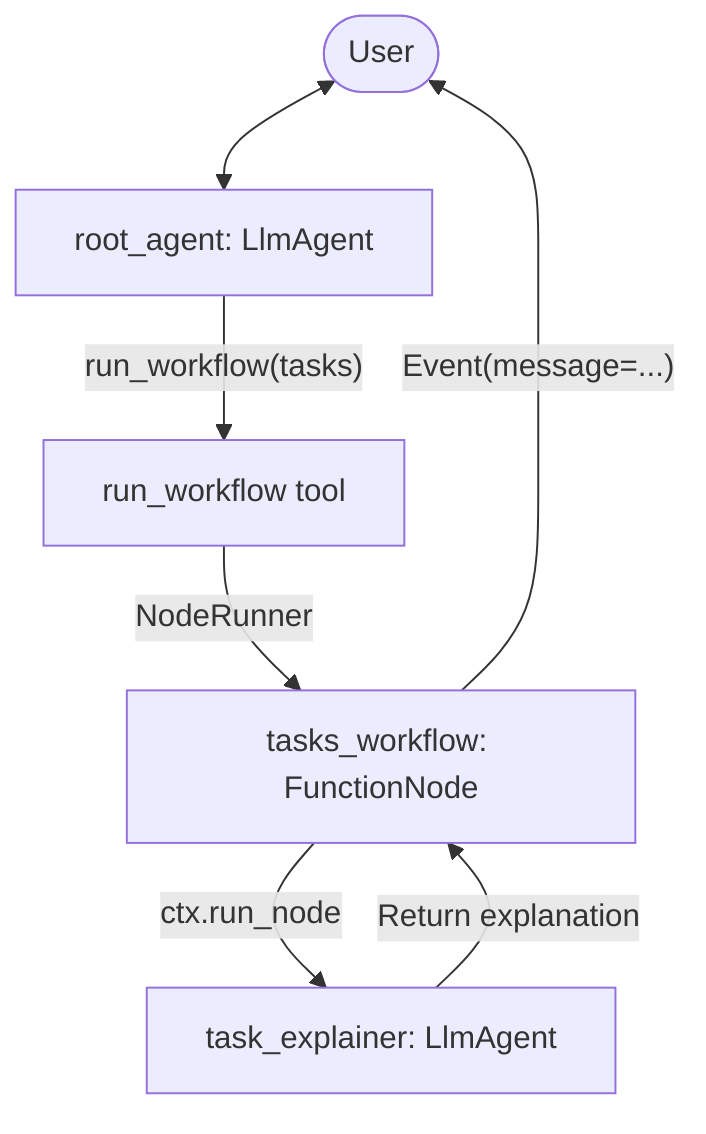
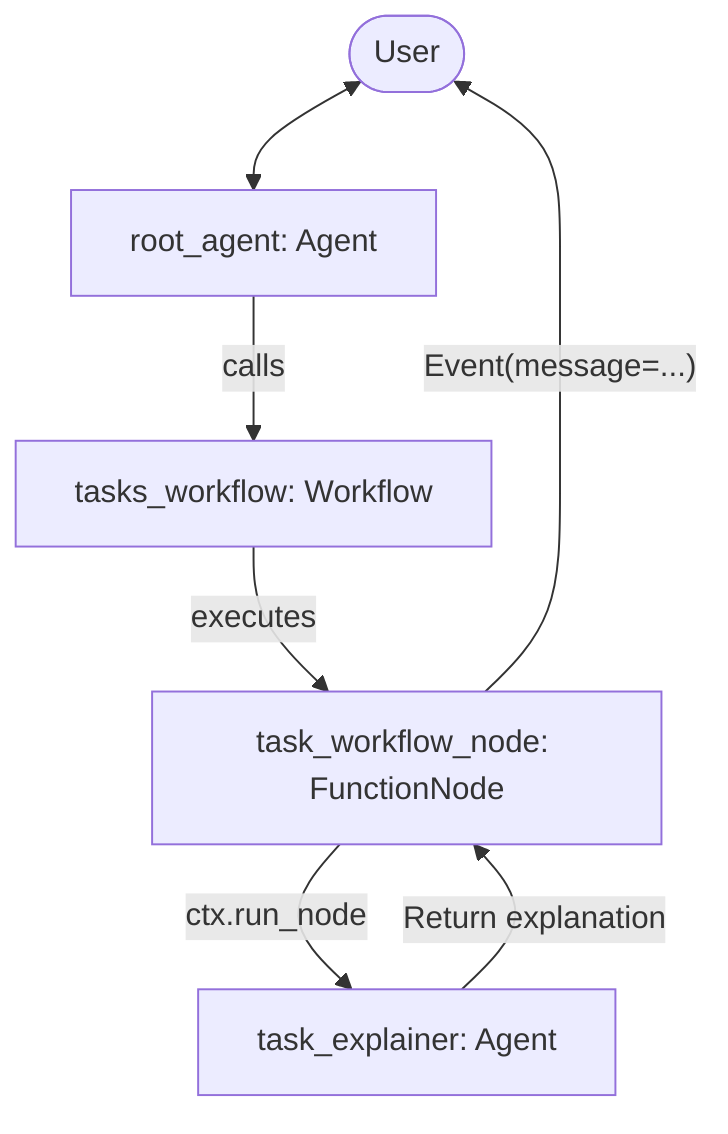
graph TD
-     User([User]) <--> RootAgent[root_agent: LlmAgent]
-     RootAgent -- "run_workflow(tasks)" --> Tool[run_workflow tool]
-     Tool -- "NodeRunner" --> WorkflowNode[tasks_workflow: FunctionNode]
-     WorkflowNode -- "ctx.run_node" --> Subagent[task_explainer: LlmAgent]
+     User([User]) <--> RootAgent[root_agent: Agent]
+     RootAgent -- "calls" --> Workflow[tasks_workflow: Workflow]
+     Workflow -- "executes" --> WorkflowNode[task_workflow_node: FunctionNode]
+     WorkflowNode -- "ctx.run_node" --> Subagent[task_explainer: Agent]
    Subagent -- "Return explanation" --> WorkflowNode
    WorkflowNode -- "Event(message=...)" --> User
